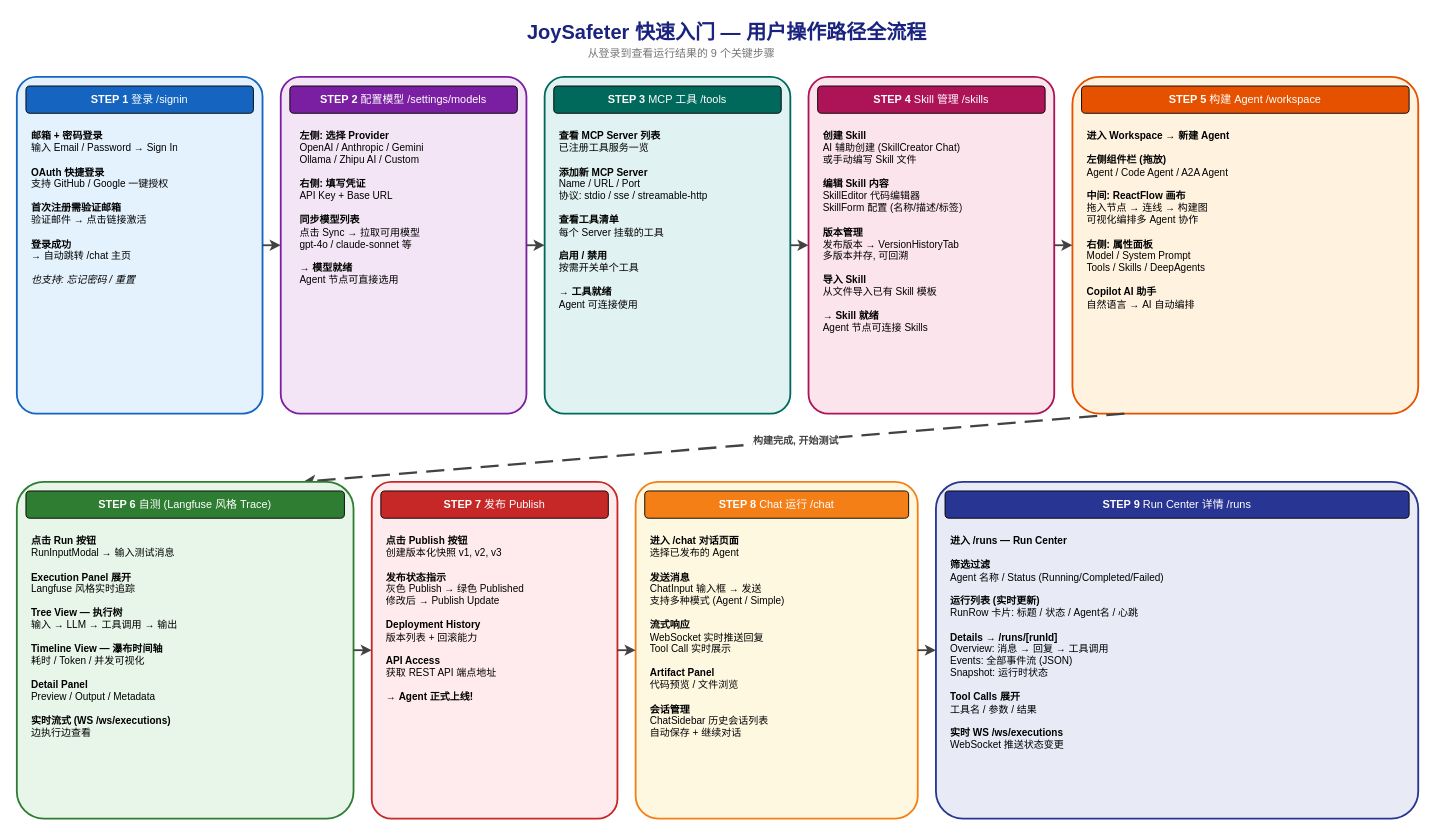
Above: docs/user-journey-quickstart.drawio in jd-opensource/JoySafeter (draw.io), before the change. Source tidied: cells renumbered, new cells numbered last; positions are measured from the earlier drawing's top-left corner, leaving out a move shared by most shapes. Both pictures are drawn from the tidied source at 91%, with x=0, y=0 at pixel (16, 15).
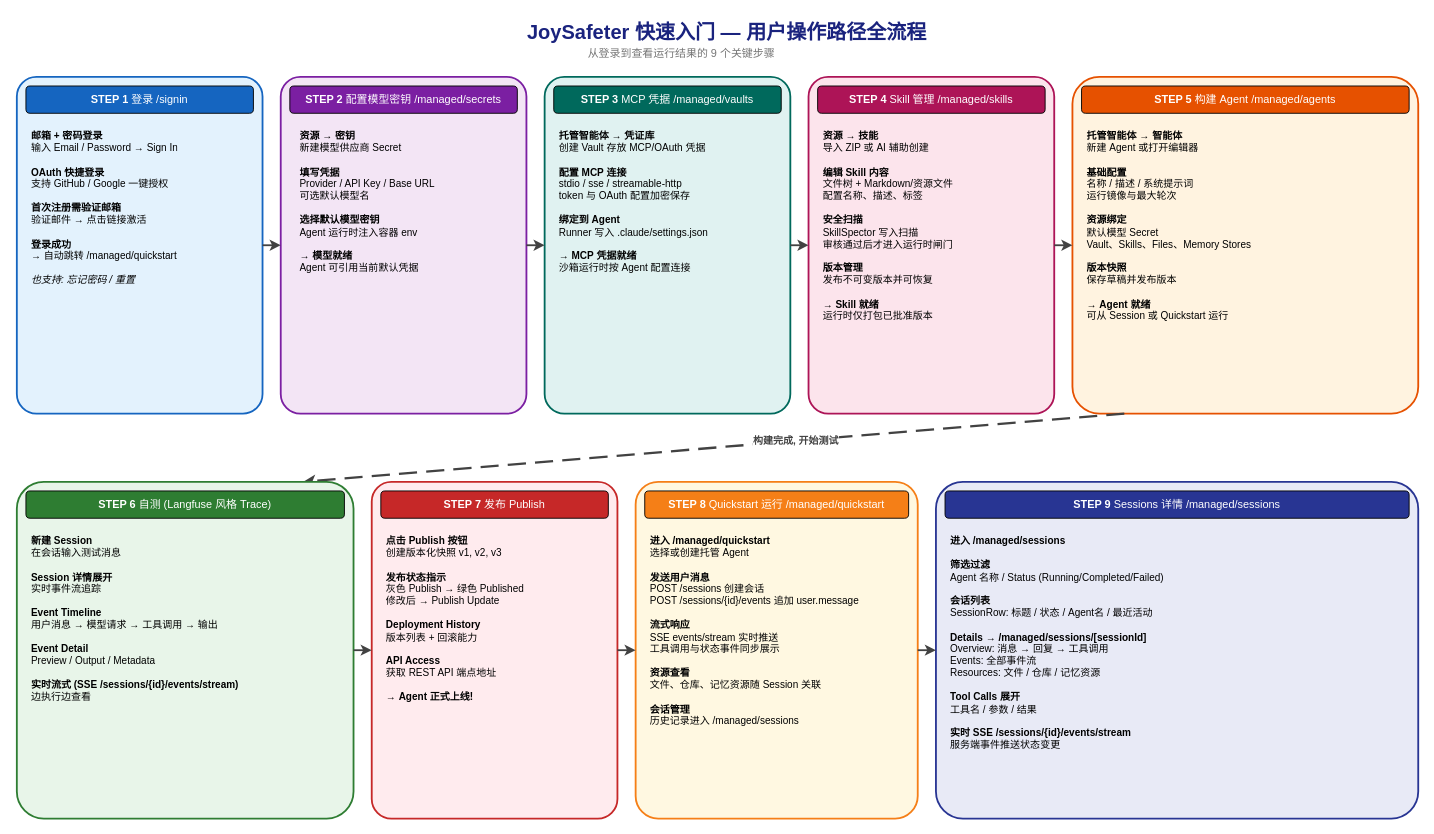
The same diagram, later.

Diff of the diagram source:
```diff
@@
-    <mxCell id="6" value="&lt;b&gt;邮箱 + 密码登录&lt;/b&gt;&lt;br/&gt;输入 Email / Password → Sign In&lt;br/&gt;&lt;br/&gt;&lt;b&gt;OAuth 快捷登录&lt;/b&gt;&lt;br/&gt;支持 GitHub / Google 一键授权&lt;br/&gt;&lt;br/&gt;&lt;b&gt;首次注册需验证邮箱&lt;/b&gt;&lt;br/&gt;验证邮件 → 点击链接激活&lt;br/&gt;&lt;br/&gt;&lt;b&gt;登录成功&lt;/b&gt;&lt;br/&gt;→ 自动跳转 /chat 主页&lt;br/&gt;&lt;br/&gt;&lt;i&gt;也支持: 忘记密码 / 重置&lt;/i&gt;" style="text;html=1;align=left;verticalAlign=top;whiteSpace=wrap;overflow=hidden;fontSize=11;spacing=6;" parent="1" vertex="1">
+    <mxCell id="6" value="&lt;b&gt;邮箱 + 密码登录&lt;/b&gt;&lt;br/&gt;输入 Email / Password → Sign In&lt;br/&gt;&lt;br/&gt;&lt;b&gt;OAuth 快捷登录&lt;/b&gt;&lt;br/&gt;支持 GitHub / Google 一键授权&lt;br/&gt;&lt;br/&gt;&lt;b&gt;首次注册需验证邮箱&lt;/b&gt;&lt;br/&gt;验证邮件 → 点击链接激活&lt;br/&gt;&lt;br/&gt;&lt;b&gt;登录成功&lt;/b&gt;&lt;br/&gt;→ 自动跳转 /managed/quickstart&lt;br/&gt;&lt;br/&gt;&lt;i&gt;也支持: 忘记密码 / 重置&lt;/i&gt;" style="text;html=1;align=left;verticalAlign=top;whiteSpace=wrap;overflow=hidden;fontSize=11;spacing=6;" parent="1" vertex="1">
       <mxGeometry x="10" y="115" width="250" height="312" as="geometry" />
     </mxCell>
@@
-    <mxCell id="8" value="&lt;b&gt;STEP 2&lt;/b&gt;  配置模型  /settings/models" style="rounded=1;whiteSpace=wrap;html=1;fillColor=#7b1fa2;fontColor=#ffffff;fontSize=12;arcSize=15;" parent="1" vertex="1">
+    <mxCell id="8" value="&lt;b&gt;STEP 2&lt;/b&gt;  配置模型密钥  /managed/secrets" style="rounded=1;whiteSpace=wrap;html=1;fillColor=#7b1fa2;fontColor=#ffffff;fontSize=12;arcSize=15;" parent="1" vertex="1">
       <mxGeometry x="300" y="77" width="250" height="30" as="geometry" />
     </mxCell>
-    <mxCell id="9" value="&lt;b&gt;左侧: 选择 Provider&lt;/b&gt;&lt;br/&gt;OpenAI / Anthropic / Gemini&lt;br/&gt;Ollama / Zhipu AI / Custom&lt;br/&gt;&lt;br/&gt;&lt;b&gt;右侧: 填写凭证&lt;/b&gt;&lt;br/&gt;API Key + Base URL&lt;br/&gt;&lt;br/&gt;&lt;b&gt;同步模型列表&lt;/b&gt;&lt;br/&gt;点击 Sync → 拉取可用模型&lt;br/&gt;gpt-4o / claude-sonnet 等&lt;br/&gt;&lt;br/&gt;&lt;b&gt;→ 模型就绪&lt;/b&gt;&lt;br/&gt;Agent 节点可直接选用" style="text;html=1;align=left;verticalAlign=top;whiteSpace=wrap;overflow=hidden;fontSize=11;spacing=6;" parent="1" vertex="1">
+    <mxCell id="9" value="&lt;b&gt;资源 → 密钥&lt;/b&gt;&lt;br/&gt;新建模型供应商 Secret&lt;br/&gt;&lt;br/&gt;&lt;b&gt;填写凭据&lt;/b&gt;&lt;br/&gt;Provider / API Key / Base URL&lt;br/&gt;可选默认模型名&lt;br/&gt;&lt;br/&gt;&lt;b&gt;选择默认模型密钥&lt;/b&gt;&lt;br/&gt;Agent 运行时注入容器 env&lt;br/&gt;&lt;br/&gt;&lt;b&gt;→ 模型就绪&lt;/b&gt;&lt;br/&gt;Agent 可引用当前默认凭据" style="text;html=1;align=left;verticalAlign=top;whiteSpace=wrap;overflow=hidden;fontSize=11;spacing=6;" parent="1" vertex="1">
       <mxGeometry x="305" y="115" width="250" height="312" as="geometry" />
     </mxCell>
@@
-    <mxCell id="11" value="&lt;b&gt;STEP 3&lt;/b&gt;  MCP 工具  /tools" style="rounded=1;whiteSpace=wrap;html=1;fillColor=#00695c;fontColor=#ffffff;fontSize=12;arcSize=15;" parent="1" vertex="1">
+    <mxCell id="11" value="&lt;b&gt;STEP 3&lt;/b&gt;  MCP 凭据  /managed/vaults" style="rounded=1;whiteSpace=wrap;html=1;fillColor=#00695c;fontColor=#ffffff;fontSize=12;arcSize=15;" parent="1" vertex="1">
       <mxGeometry x="590" y="77" width="250" height="30" as="geometry" />
     </mxCell>
-    <mxCell id="12" value="&lt;b&gt;查看 MCP Server 列表&lt;/b&gt;&lt;br/&gt;已注册工具服务一览&lt;br/&gt;&lt;br/&gt;&lt;b&gt;添加新 MCP Server&lt;/b&gt;&lt;br/&gt;Name / URL / Port&lt;br/&gt;协议: stdio / sse / streamable-http&lt;br/&gt;&lt;br/&gt;&lt;b&gt;查看工具清单&lt;/b&gt;&lt;br/&gt;每个 Server 挂载的工具&lt;br/&gt;&lt;br/&gt;&lt;b&gt;启用 / 禁用&lt;/b&gt;&lt;br/&gt;按需开关单个工具&lt;br/&gt;&lt;br/&gt;&lt;b&gt;→ 工具就绪&lt;/b&gt;&lt;br/&gt;Agent 可连接使用" style="text;html=1;align=left;verticalAlign=top;whiteSpace=wrap;overflow=hidden;fontSize=11;spacing=6;" parent="1" vertex="1">
+    <mxCell id="12" value="&lt;b&gt;托管智能体 → 凭证库&lt;/b&gt;&lt;br/&gt;创建 Vault 存放 MCP/OAuth 凭据&lt;br/&gt;&lt;br/&gt;&lt;b&gt;配置 MCP 连接&lt;/b&gt;&lt;br/&gt;stdio / sse / streamable-http&lt;br/&gt;token 与 OAuth 配置加密保存&lt;br/&gt;&lt;br/&gt;&lt;b&gt;绑定到 Agent&lt;/b&gt;&lt;br/&gt;Runner 写入 .claude/settings.json&lt;br/&gt;&lt;br/&gt;&lt;b&gt;→ MCP 凭据就绪&lt;/b&gt;&lt;br/&gt;沙箱运行时按 Agent 配置连接" style="text;html=1;align=left;verticalAlign=top;whiteSpace=wrap;overflow=hidden;fontSize=11;spacing=6;" parent="1" vertex="1">
       <mxGeometry x="590" y="115" width="250" height="312" as="geometry" />
     </mxCell>
@@
-    <mxCell id="14" value="&lt;b&gt;STEP 4&lt;/b&gt;  Skill 管理  /skills" style="rounded=1;whiteSpace=wrap;html=1;fillColor=#ad1457;fontColor=#ffffff;fontSize=12;arcSize=15;" parent="1" vertex="1">
+    <mxCell id="14" value="&lt;b&gt;STEP 4&lt;/b&gt;  Skill 管理  /managed/skills" style="rounded=1;whiteSpace=wrap;html=1;fillColor=#ad1457;fontColor=#ffffff;fontSize=12;arcSize=15;" parent="1" vertex="1">
       <mxGeometry x="880" y="77" width="250" height="30" as="geometry" />
     </mxCell>
-    <mxCell id="15" value="&lt;b&gt;创建 Skill&lt;/b&gt;&lt;br/&gt;AI 辅助创建 (SkillCreator Chat)&lt;br/&gt;或手动编写 Skill 文件&lt;br/&gt;&lt;br/&gt;&lt;b&gt;编辑 Skill 内容&lt;/b&gt;&lt;br/&gt;SkillEditor 代码编辑器&lt;br/&gt;SkillForm 配置 (名称/描述/标签)&lt;br/&gt;&lt;br/&gt;&lt;b&gt;版本管理&lt;/b&gt;&lt;br/&gt;发布版本 → VersionHistoryTab&lt;br/&gt;多版本并存, 可回溯&lt;br/&gt;&lt;br/&gt;&lt;b&gt;导入 Skill&lt;/b&gt;&lt;br/&gt;从文件导入已有 Skill 模板&lt;br/&gt;&lt;br/&gt;&lt;b&gt;→ Skill 就绪&lt;/b&gt;&lt;br/&gt;Agent 节点可连接 Skills" style="text;html=1;align=left;verticalAlign=top;whiteSpace=wrap;overflow=hidden;fontSize=11;spacing=6;" parent="1" vertex="1">
+    <mxCell id="15" value="&lt;b&gt;资源 → 技能&lt;/b&gt;&lt;br/&gt;导入 ZIP 或 AI 辅助创建&lt;br/&gt;&lt;br/&gt;&lt;b&gt;编辑 Skill 内容&lt;/b&gt;&lt;br/&gt;文件树 + Markdown/资源文件&lt;br/&gt;配置名称、描述、标签&lt;br/&gt;&lt;br/&gt;&lt;b&gt;安全扫描&lt;/b&gt;&lt;br/&gt;SkillSpector 写入扫描&lt;br/&gt;审核通过后才进入运行时闸门&lt;br/&gt;&lt;br/&gt;&lt;b&gt;版本管理&lt;/b&gt;&lt;br/&gt;发布不可变版本并可恢复&lt;br/&gt;&lt;br/&gt;&lt;b&gt;→ Skill 就绪&lt;/b&gt;&lt;br/&gt;运行时仅打包已批准版本" style="text;html=1;align=left;verticalAlign=top;whiteSpace=wrap;overflow=hidden;fontSize=11;spacing=6;" parent="1" vertex="1">
       <mxGeometry x="880" y="115" width="250" height="312" as="geometry" />
     </mxCell>
@@
-    <mxCell id="17" value="&lt;b&gt;STEP 5&lt;/b&gt;  构建 Agent  /workspace" style="rounded=1;whiteSpace=wrap;html=1;fillColor=#e65100;fontColor=#ffffff;fontSize=12;arcSize=15;" parent="1" vertex="1">
+    <mxCell id="17" value="&lt;b&gt;STEP 5&lt;/b&gt;  构建 Agent  /managed/agents" style="rounded=1;whiteSpace=wrap;html=1;fillColor=#e65100;fontColor=#ffffff;fontSize=12;arcSize=15;" parent="1" vertex="1">
       <mxGeometry x="1170" y="77" width="360" height="30" as="geometry" />
     </mxCell>
-    <mxCell id="18" value="&lt;b&gt;进入 Workspace → 新建 Agent&lt;/b&gt;&lt;br/&gt;&lt;br/&gt;&lt;b&gt;左侧组件栏 (拖放)&lt;/b&gt;&lt;br/&gt;Agent / Code Agent / A2A Agent&lt;br/&gt;&lt;br/&gt;&lt;b&gt;中间: ReactFlow 画布&lt;/b&gt;&lt;br/&gt;拖入节点 → 连线 → 构建图&lt;br/&gt;可视化编排多 Agent 协作&lt;br/&gt;&lt;br/&gt;&lt;b&gt;右侧: 属性面板&lt;/b&gt;&lt;br/&gt;Model / System Prompt&lt;br/&gt;Tools / Skills / DeepAgents&lt;br/&gt;&lt;br/&gt;&lt;b&gt;Copilot AI 助手&lt;/b&gt;&lt;br/&gt;自然语言 → AI 自动编排" style="text;html=1;align=left;verticalAlign=top;whiteSpace=wrap;overflow=hidden;fontSize=11;spacing=6;" parent="1" vertex="1">
+    <mxCell id="18" value="&lt;b&gt;托管智能体 → 智能体&lt;/b&gt;&lt;br/&gt;新建 Agent 或打开编辑器&lt;br/&gt;&lt;br/&gt;&lt;b&gt;基础配置&lt;/b&gt;&lt;br/&gt;名称 / 描述 / 系统提示词&lt;br/&gt;运行镜像与最大轮次&lt;br/&gt;&lt;br/&gt;&lt;b&gt;资源绑定&lt;/b&gt;&lt;br/&gt;默认模型 Secret&lt;br/&gt;Vault、Skills、Files、Memory Stores&lt;br/&gt;&lt;br/&gt;&lt;b&gt;版本快照&lt;/b&gt;&lt;br/&gt;保存草稿并发布版本&lt;br/&gt;&lt;br/&gt;&lt;b&gt;→ Agent 就绪&lt;/b&gt;&lt;br/&gt;可从 Session 或 Quickstart 运行" style="text;html=1;align=left;verticalAlign=top;whiteSpace=wrap;overflow=hidden;fontSize=11;spacing=6;" parent="1" vertex="1">
       <mxGeometry x="1170" y="115" width="360" height="312" as="geometry" />
     </mxCell>
@@
-    <mxCell id="26" value="&lt;b&gt;点击 Run 按钮&lt;/b&gt;&lt;br/&gt;RunInputModal → 输入测试消息&lt;br/&gt;&lt;br/&gt;&lt;b&gt;Execution Panel 展开&lt;/b&gt;&lt;br/&gt;Langfuse 风格实时追踪&lt;br/&gt;&lt;br/&gt;&lt;b&gt;Tree View — 执行树&lt;/b&gt;&lt;br/&gt;输入 → LLM → 工具调用 → 输出&lt;br/&gt;&lt;br/&gt;&lt;b&gt;Timeline View — 瀑布时间轴&lt;/b&gt;&lt;br/&gt;耗时 / Token / 并发可视化&lt;br/&gt;&lt;br/&gt;&lt;b&gt;Detail Panel&lt;/b&gt;&lt;br/&gt;Preview / Output / Metadata&lt;br/&gt;&lt;br/&gt;&lt;b&gt;实时流式 (WS /ws/executions)&lt;/b&gt;&lt;br/&gt;边执行边查看" style="text;html=1;align=left;verticalAlign=top;whiteSpace=wrap;overflow=hidden;fontSize=11;spacing=6;" parent="1" vertex="1">
+    <mxCell id="26" value="&lt;b&gt;新建 Session&lt;/b&gt;&lt;br/&gt;在会话输入测试消息&lt;br/&gt;&lt;br/&gt;&lt;b&gt;Session 详情展开&lt;/b&gt;&lt;br/&gt;实时事件流追踪&lt;br/&gt;&lt;br/&gt;&lt;b&gt;Event Timeline&lt;/b&gt;&lt;br/&gt;用户消息 → 模型请求 → 工具调用 → 输出&lt;br/&gt;&lt;br/&gt;&lt;b&gt;Event Detail&lt;/b&gt;&lt;br/&gt;Preview / Output / Metadata&lt;br/&gt;&lt;br/&gt;&lt;b&gt;实时流式 (SSE /sessions/{id}/events/stream)&lt;/b&gt;&lt;br/&gt;边执行边查看" style="text;html=1;align=left;verticalAlign=top;whiteSpace=wrap;overflow=hidden;fontSize=11;spacing=6;" parent="1" vertex="1">
       <mxGeometry x="10" y="560" width="350" height="312" as="geometry" />
     </mxCell>
@@
-    <mxCell id="31" value="&lt;b&gt;STEP 8&lt;/b&gt;  Chat 运行  /chat" style="rounded=1;whiteSpace=wrap;html=1;fillColor=#f57f17;fontColor=#ffffff;fontSize=12;arcSize=15;" parent="1" vertex="1">
+    <mxCell id="31" value="&lt;b&gt;STEP 8&lt;/b&gt;  Quickstart 运行  /managed/quickstart" style="rounded=1;whiteSpace=wrap;html=1;fillColor=#f57f17;fontColor=#ffffff;fontSize=12;arcSize=15;" parent="1" vertex="1">
       <mxGeometry x="690" y="522" width="290" height="30" as="geometry" />
     </mxCell>
-    <mxCell id="32" value="&lt;b&gt;进入 /chat 对话页面&lt;/b&gt;&lt;br/&gt;选择已发布的 Agent&lt;br/&gt;&lt;br/&gt;&lt;b&gt;发送消息&lt;/b&gt;&lt;br/&gt;ChatInput 输入框 → 发送&lt;br/&gt;支持多种模式 (Agent / Simple)&lt;br/&gt;&lt;br/&gt;&lt;b&gt;流式响应&lt;/b&gt;&lt;br/&gt;WebSocket 实时推送回复&lt;br/&gt;Tool Call 实时展示&lt;br/&gt;&lt;br/&gt;&lt;b&gt;Artifact Panel&lt;/b&gt;&lt;br/&gt;代码预览 / 文件浏览&lt;br/&gt;&lt;br/&gt;&lt;b&gt;会话管理&lt;/b&gt;&lt;br/&gt;ChatSidebar 历史会话列表&lt;br/&gt;自动保存 + 继续对话" style="text;html=1;align=left;verticalAlign=top;whiteSpace=wrap;overflow=hidden;fontSize=11;spacing=6;" parent="1" vertex="1">
+    <mxCell id="32" value="&lt;b&gt;进入 /managed/quickstart&lt;/b&gt;&lt;br/&gt;选择或创建托管 Agent&lt;br/&gt;&lt;br/&gt;&lt;b&gt;发送用户消息&lt;/b&gt;&lt;br/&gt;POST /sessions 创建会话&lt;br/&gt;POST /sessions/{id}/events 追加 user.message&lt;br/&gt;&lt;br/&gt;&lt;b&gt;流式响应&lt;/b&gt;&lt;br/&gt;SSE events/stream 实时推送&lt;br/&gt;工具调用与状态事件同步展示&lt;br/&gt;&lt;br/&gt;&lt;b&gt;资源查看&lt;/b&gt;&lt;br/&gt;文件、仓库、记忆资源随 Session 关联&lt;br/&gt;&lt;br/&gt;&lt;b&gt;会话管理&lt;/b&gt;&lt;br/&gt;历史记录进入 /managed/sessions" style="text;html=1;align=left;verticalAlign=top;whiteSpace=wrap;overflow=hidden;fontSize=11;spacing=6;" parent="1" vertex="1">
       <mxGeometry x="690" y="560" width="290" height="312" as="geometry" />
     </mxCell>
@@
-    <mxCell id="34" value="&lt;b&gt;STEP 9&lt;/b&gt;  Run Center 详情  /runs" style="rounded=1;whiteSpace=wrap;html=1;fillColor=#283593;fontColor=#ffffff;fontSize=12;arcSize=15;" parent="1" vertex="1">
+    <mxCell id="34" value="&lt;b&gt;STEP 9&lt;/b&gt;  Sessions 详情  /managed/sessions" style="rounded=1;whiteSpace=wrap;html=1;fillColor=#283593;fontColor=#ffffff;fontSize=12;arcSize=15;" parent="1" vertex="1">
       <mxGeometry x="1020" y="522" width="510" height="30" as="geometry" />
     </mxCell>
-    <mxCell id="35" value="&lt;b&gt;进入 /runs — Run Center&lt;/b&gt;&lt;br/&gt;&lt;br/&gt;&lt;b&gt;筛选过滤&lt;/b&gt;&lt;br/&gt;Agent 名称 / Status (Running/Completed/Failed)&lt;br/&gt;&lt;br/&gt;&lt;b&gt;运行列表 (实时更新)&lt;/b&gt;&lt;br/&gt;RunRow 卡片: 标题 / 状态 / Agent名 / 心跳&lt;br/&gt;&lt;br/&gt;&lt;b&gt;Details → /runs/[runId]&lt;/b&gt;&lt;br/&gt;Overview: 消息 → 回复 → 工具调用&lt;br/&gt;Events: 全部事件流 (JSON)&lt;br/&gt;Snapshot: 运行时状态&lt;br/&gt;&lt;br/&gt;&lt;b&gt;Tool Calls 展开&lt;/b&gt;&lt;br/&gt;工具名 / 参数 / 结果&lt;br/&gt;&lt;br/&gt;&lt;b&gt;实时 WS /ws/executions&lt;/b&gt;&lt;br/&gt;WebSocket 推送状态变更" style="text;html=1;align=left;verticalAlign=top;whiteSpace=wrap;overflow=hidden;fontSize=11;spacing=6;" parent="1" vertex="1">
+    <mxCell id="35" value="&lt;b&gt;进入 /managed/sessions&lt;/b&gt;&lt;br/&gt;&lt;br/&gt;&lt;b&gt;筛选过滤&lt;/b&gt;&lt;br/&gt;Agent 名称 / Status (Running/Completed/Failed)&lt;br/&gt;&lt;br/&gt;&lt;b&gt;会话列表&lt;/b&gt;&lt;br/&gt;SessionRow: 标题 / 状态 / Agent名 / 最近活动&lt;br/&gt;&lt;br/&gt;&lt;b&gt;Details → /managed/sessions/[sessionId]&lt;/b&gt;&lt;br/&gt;Overview: 消息 → 回复 → 工具调用&lt;br/&gt;Events: 全部事件流&lt;br/&gt;Resources: 文件 / 仓库 / 记忆资源&lt;br/&gt;&lt;br/&gt;&lt;b&gt;Tool Calls 展开&lt;/b&gt;&lt;br/&gt;工具名 / 参数 / 结果&lt;br/&gt;&lt;br/&gt;&lt;b&gt;实时 SSE /sessions/{id}/events/stream&lt;/b&gt;&lt;br/&gt;服务端事件推送状态变更" style="text;html=1;align=left;verticalAlign=top;whiteSpace=wrap;overflow=hidden;fontSize=11;spacing=6;" parent="1" vertex="1">
       <mxGeometry x="1020" y="560" width="510" height="312" as="geometry" />
     </mxCell>
```
